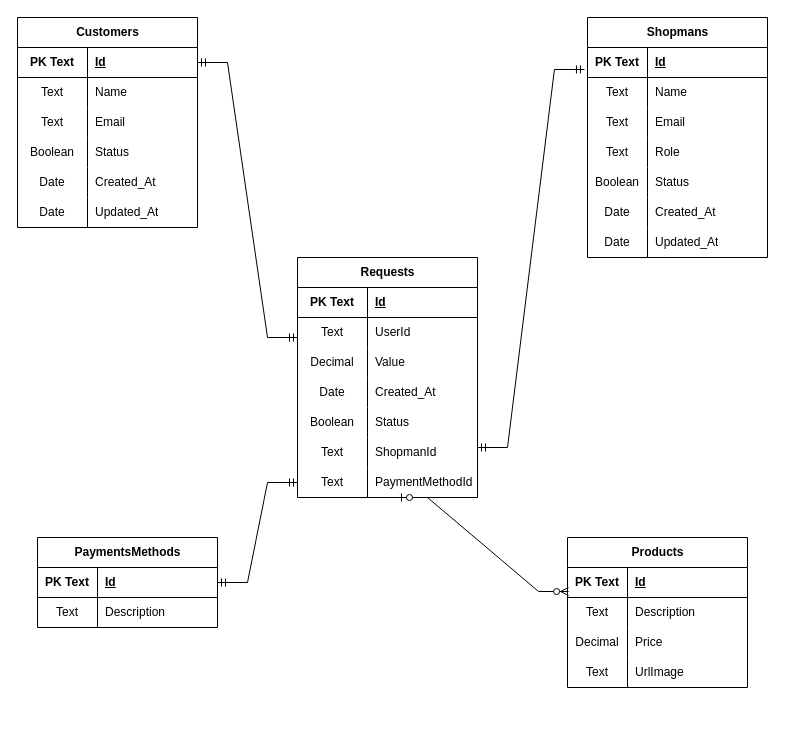
jessicaagrs/backend_APIDelivery keeps this draw.io diagram as DiagramAPIDelivery.drawio. Above is the earlier version. Source tidied: cells renumbered, new cells numbered last; positions are measured from the earlier drawing's top-left corner, leaving out a move shared by most shapes. Both pictures are drawn from the tidied source at 100%, with x=0, y=0 at pixel (17, 17).
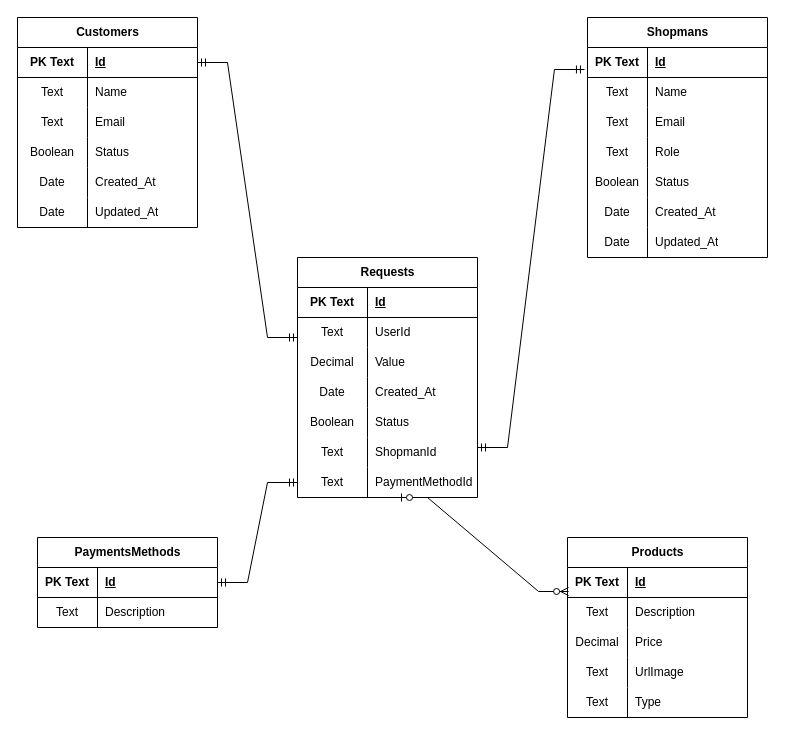
The same diagram, later.

Diff of the diagram source:
```diff
@@
     <mxCell id="50" value="Products" style="shape=table;startSize=30;childLayout=tableLayout;rowLines=0;fontStyle=1;align=center;html=1;" parent="1" vertex="1">
-      <mxGeometry x="550" y="520" width="180" height="150" as="geometry" />
+      <mxGeometry x="550" y="520" width="180" height="180" as="geometry" />
     </mxCell>
@@
+    <mxCell id="89" style="shape=tableRow;horizontal=0;startSize=0;swimlaneHead=0;swimlaneBody=0;fillColor=none;top=0;left=0;right=0;bottom=0;" parent="50" vertex="1">
+      <mxGeometry y="150" width="180" height="30" as="geometry" />
+    </mxCell>
+    <mxCell id="90" value="Text" style="shape=partialRectangle;fillColor=none;top=0;left=0;bottom=0;right=0;overflow=hidden;whiteSpace=wrap;html=1;" parent="89" vertex="1">
+      <mxGeometry width="60" height="30" as="geometry" />
+    </mxCell>
+    <mxCell id="91" value="Type" style="shape=partialRectangle;fillColor=none;top=0;left=0;bottom=0;right=0;align=left;spacingLeft=6;overflow=hidden;whiteSpace=wrap;html=1;" parent="89" vertex="1">
+      <mxGeometry x="60" width="120" height="30" as="geometry" />
+    </mxCell>
```
